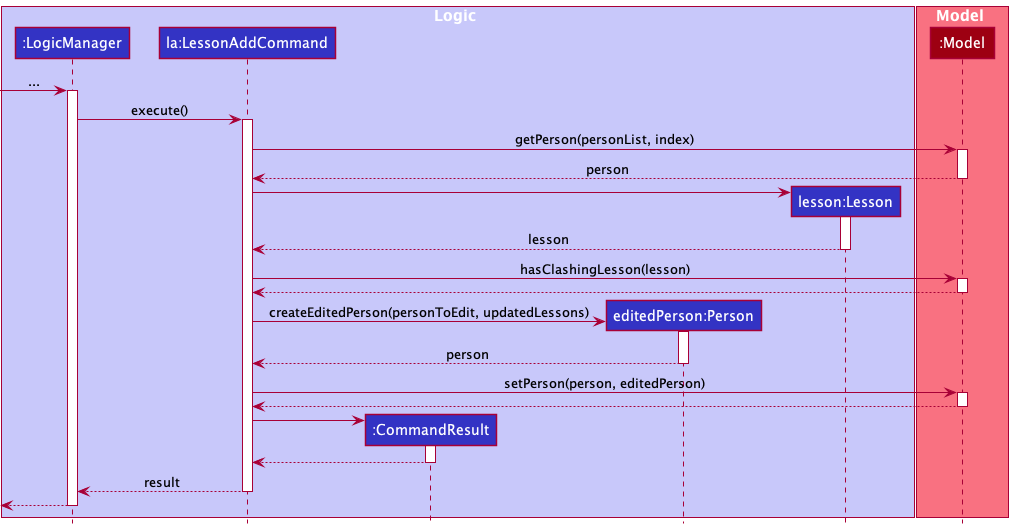
Before: docs/images/LessonAddLogicSequenceDiagram.png, a diagram exported from PlantUML (nus-cs2103-AY2122S1/tp). Source of this version:
```plantuml
@startuml
!include style.puml

box Logic LOGIC_COLOR_T1
participant ":LogicManager" as LogicManager LOGIC_COLOR
participant "la:LessonAddCommand" as LessonAddCommand LOGIC_COLOR
participant ":CommandResult" as CommandResult LOGIC_COLOR
participant "editedPerson:Person" as Person LOGIC_COLOR
participant "lesson:Lesson" as Lesson LOGIC_COLOR

end box

box Model MODEL_COLOR_T1
participant ":Model" as Model MODEL_COLOR
end box

[-> LogicManager : ...
activate LogicManager

LogicManager -> LessonAddCommand : execute()
activate LessonAddCommand

LessonAddCommand -> Model : getPerson(personList, index)
activate Model

Model --> LessonAddCommand : person
deactivate Model

create Lesson
LessonAddCommand -> Lesson
activate Lesson

Lesson --> LessonAddCommand : lesson
deactivate Lesson

LessonAddCommand -> Model : hasClashingLesson(lesson)
activate Model

Model --> LessonAddCommand
deactivate Model

create Person
LessonAddCommand -> Person : createEditedPerson(personToEdit, updatedLessons)
activate Person

Person --> LessonAddCommand : person
deactivate Person

LessonAddCommand -> Model : setPerson(person, editedPerson)
activate Model

Model --> LessonAddCommand
deactivate Model

create CommandResult
LessonAddCommand -> CommandResult
activate CommandResult

CommandResult --> LessonAddCommand
deactivate CommandResult

LessonAddCommand --> LogicManager : result
deactivate LessonAddCommand

[<--LogicManager
deactivate LogicManager
@enduml
```
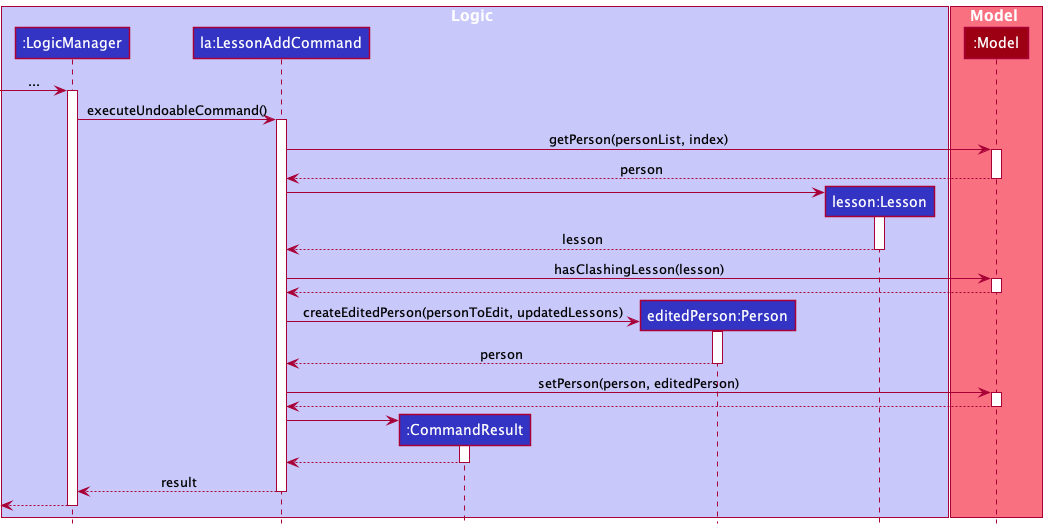
Later version of the same file.

Change to the diagram source:
```diff
@@ -17,7 +17,7 @@
 [-> LogicManager : ...
 activate LogicManager
 
-LogicManager -> LessonAddCommand : execute()
+LogicManager -> LessonAddCommand : executeUndoableCommand()
 activate LessonAddCommand
 
 LessonAddCommand -> Model : getPerson(personList, index)
```
